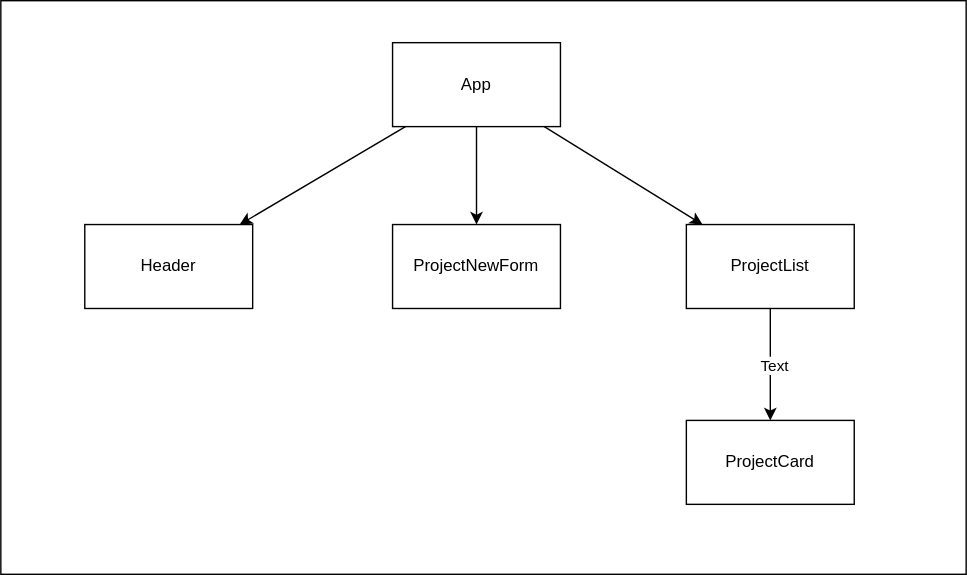
Above: 01_components_and_props/assets/component-hierarchy.drawio.svg in learn-co-curriculum/SENG-LIVE-013023-Phase-2-React (draw.io), before the change. Source tidied: cells renumbered, new cells last; positions are measured from the earlier drawing's top-left corner, leaving out a move shared by most shapes.
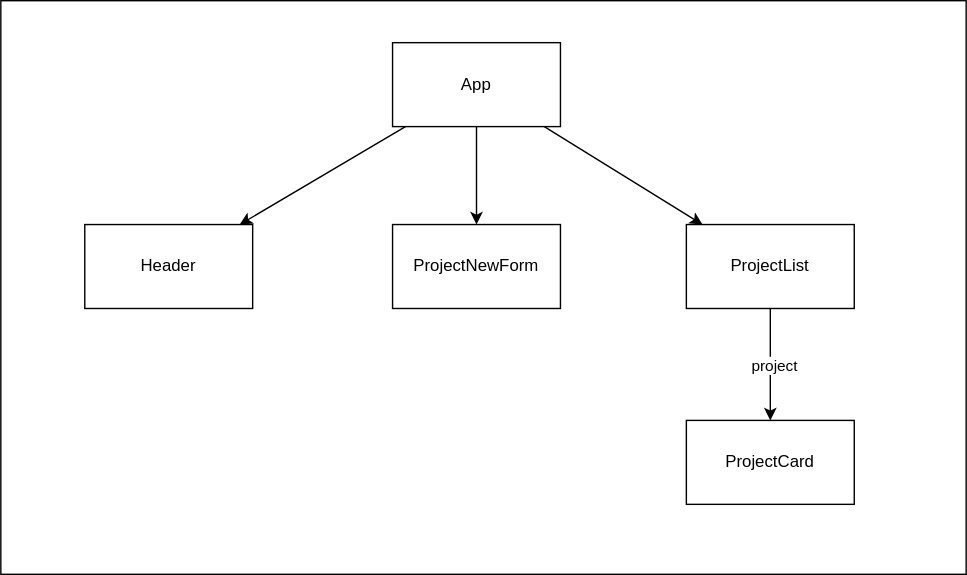
The same diagram one commit later.

Commit message:
update text in diagram

The edit, as a diff of the source:
```diff
@@ -27,7 +27,7 @@
     <mxCell id="10" style="edgeStyle=none;html=1;" parent="3" edge="1" source="12" target="13">
       <mxGeometry relative="1" as="geometry" />
     </mxCell>
-    <mxCell id="11" value="Text" style="edgeLabel;html=1;align=center;verticalAlign=middle;" parent="10" vertex="1">
+    <mxCell id="11" value="project" style="edgeLabel;html=1;align=center;verticalAlign=middle;" parent="10" vertex="1">
       <mxGeometry x="-0.01" y="2" relative="1" as="geometry" />
     </mxCell>
     <mxCell id="12" value="ProjectList" style="rounded=0;whiteSpace=wrap;html=1;" parent="3" vertex="1">
```
